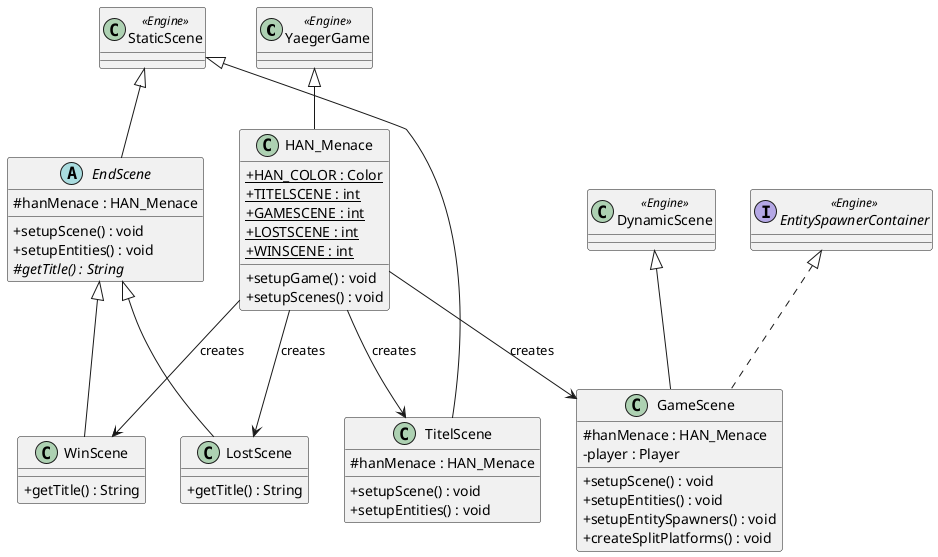
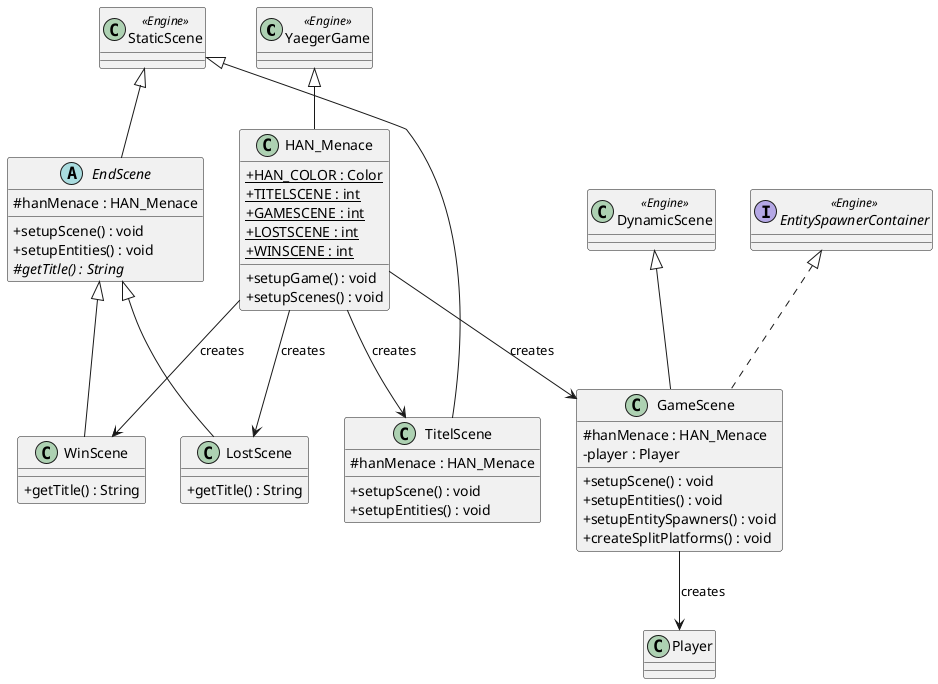
@startuml Scenes

skinparam classAttributeIconSize 0
skinparam packageStyle rectangle

class "YaegerGame" <<Engine>> {
}

class "StaticScene" <<Engine>> {
}

class "DynamicScene" <<Engine>> {
}

interface "EntitySpawnerContainer" <<Engine>> {
}

class HAN_Menace {
    +{static} HAN_COLOR : Color
    +{static} TITELSCENE : int
    +{static} GAMESCENE : int
    +{static} LOSTSCENE : int
    +{static} WINSCENE : int
    +setupGame() : void
    +setupScenes() : void
}

class TitelScene {
    #hanMenace : HAN_Menace
    +setupScene() : void
    +setupEntities() : void
}

class GameScene {
    #hanMenace : HAN_Menace
    -player : Player
    +setupScene() : void
    +setupEntities() : void
    +setupEntitySpawners() : void
    +createSplitPlatforms() : void
}

abstract class EndScene {
    #hanMenace : HAN_Menace
    +setupScene() : void
    +setupEntities() : void
    #{abstract} getTitle() : String
}

class WinScene {
    +getTitle() : String
}

class LostScene {
    +getTitle() : String
}

YaegerGame <|-- HAN_Menace
StaticScene <|-- TitelScene
DynamicScene <|-- GameScene
EntitySpawnerContainer <|.. GameScene
StaticScene <|-- EndScene
EndScene <|-- WinScene
EndScene <|-- LostScene

HAN_Menace --> TitelScene : creates
HAN_Menace --> GameScene : creates
HAN_Menace --> WinScene : creates
HAN_Menace --> LostScene : creates
+ GameScene --> "Player" : creates

@enduml